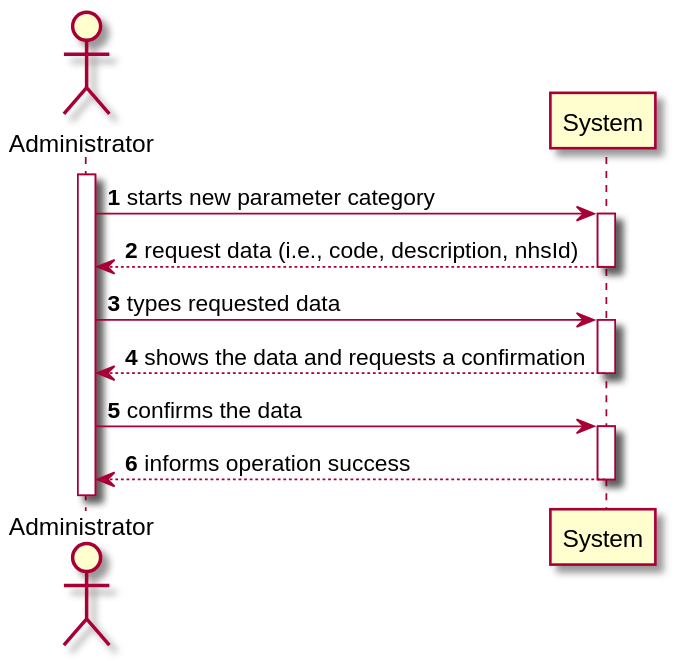
Above: docs/SprintC/US11/US11-SSD.svg in 0franciscor/lei-21-s2-1de-g19 (PlantUML), before the change.
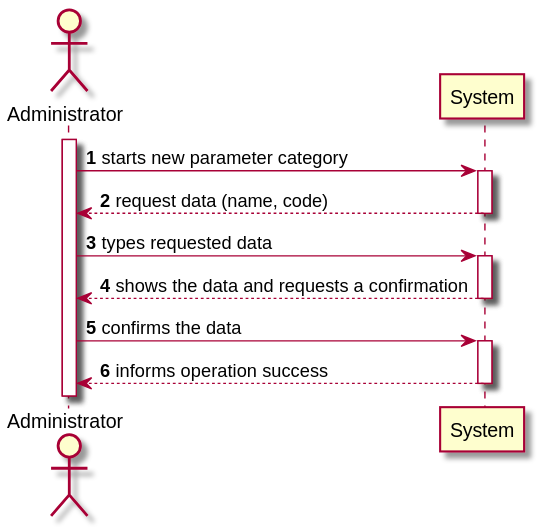
After the change.

Change to the diagram source:
```diff
@@ -4,7 +4,7 @@
 actor "Administrator" as C
 activate C
 C -> System ++: starts new parameter category
-System -->  C --: request data (i.e., code, description, nhsId)
+System -->  C --: request data (name, code)
 C -> System ++: types requested data
 System --> C --: shows the data and requests a confirmation
 C -> System ++: confirms the data
```
